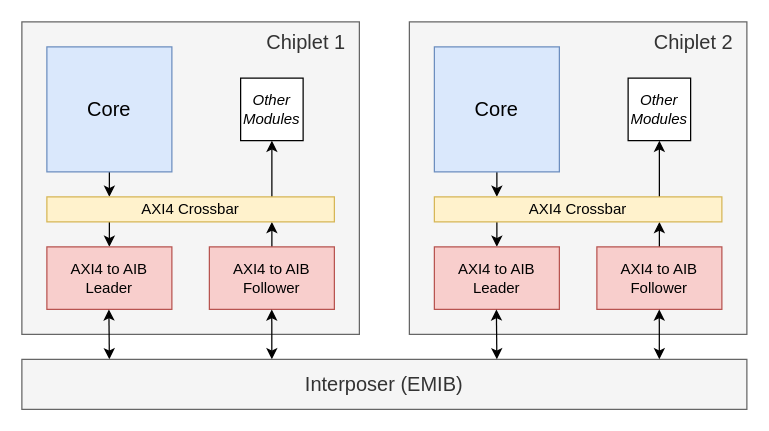
This is docs/chiplet_instantiation.drawio from luiseduardomendes/axi4_aib_tools, a draw.io file, before an edit. Source tidied: cells renumbered, new cells numbered last; positions are measured from the earlier drawing's top-left corner, leaving out a move shared by most shapes. Both pictures are drawn from the tidied source at 125%, with x=0, y=0 at pixel (21, 21).
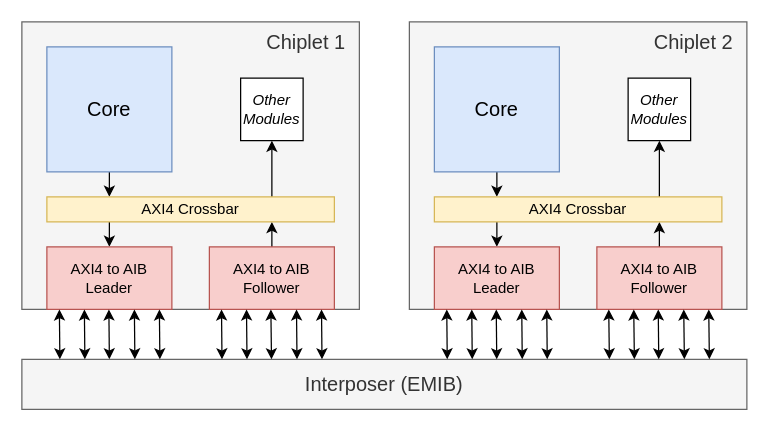
Above is the later version.

The edit, as a diff of the source:
```diff
@@
     <mxCell id="2" value="Chiplet 1&amp;nbsp;&amp;nbsp;" style="rounded=0;whiteSpace=wrap;html=1;horizontal=1;verticalAlign=top;align=right;fontSize=16;fillColor=#f5f5f5;fontColor=#333333;strokeColor=#666666;" parent="1" vertex="1">
-      <mxGeometry width="270" height="250" as="geometry" />
+      <mxGeometry width="270" height="230" as="geometry" />
     </mxCell>
@@
-    <mxCell id="13" style="endArrow=classic;startArrow=classic;html=1;" parent="1" edge="1">
-      <mxGeometry relative="1" as="geometry">
-        <mxPoint x="200" y="270" as="sourcePoint" />
-        <mxPoint x="199.9" y="230" as="targetPoint" />
-      </mxGeometry>
-    </mxCell>
@@
     <mxCell id="15" value="Chiplet 2&amp;nbsp;&amp;nbsp;" style="rounded=0;whiteSpace=wrap;html=1;verticalAlign=top;align=right;fontSize=16;fillColor=#f5f5f5;fontColor=#333333;strokeColor=#666666;" parent="1" vertex="1">
-      <mxGeometry x="310" width="270" height="250" as="geometry" />
+      <mxGeometry x="310" width="270" height="230" as="geometry" />
     </mxCell>
@@
-    <mxCell id="25" style="endArrow=classic;startArrow=classic;html=1;" parent="1" edge="1">
-      <mxGeometry relative="1" as="geometry">
-        <mxPoint x="380" y="270" as="sourcePoint" />
-        <mxPoint x="379.6" y="230" as="targetPoint" />
-      </mxGeometry>
-    </mxCell>
-    <mxCell id="26" style="endArrow=classic;startArrow=classic;html=1;" parent="1" edge="1">
-      <mxGeometry relative="1" as="geometry">
-        <mxPoint x="510" y="270" as="sourcePoint" />
-        <mxPoint x="509.9" y="230" as="targetPoint" />
-      </mxGeometry>
-    </mxCell>
+    <mxCell id="27" style="endArrow=classic;startArrow=classic;html=1;" parent="1" edge="1">
+      <mxGeometry relative="1" as="geometry">
+        <mxPoint x="30.4" y="270" as="sourcePoint" />
+        <mxPoint x="30" y="230" as="targetPoint" />
+      </mxGeometry>
+    </mxCell>
+    <mxCell id="28" style="endArrow=classic;startArrow=classic;html=1;" parent="1" edge="1">
+      <mxGeometry relative="1" as="geometry">
+        <mxPoint x="50.4" y="270" as="sourcePoint" />
+        <mxPoint x="50" y="230" as="targetPoint" />
+      </mxGeometry>
+    </mxCell>
+    <mxCell id="29" style="endArrow=classic;startArrow=classic;html=1;" parent="1" edge="1">
+      <mxGeometry relative="1" as="geometry">
+        <mxPoint x="90.4" y="270" as="sourcePoint" />
+        <mxPoint x="90" y="230" as="targetPoint" />
+      </mxGeometry>
+    </mxCell>
+    <mxCell id="30" style="endArrow=classic;startArrow=classic;html=1;" parent="1" edge="1">
+      <mxGeometry relative="1" as="geometry">
+        <mxPoint x="110.4" y="270" as="sourcePoint" />
+        <mxPoint x="110" y="230" as="targetPoint" />
+      </mxGeometry>
+    </mxCell>
+    <mxCell id="31" style="endArrow=classic;startArrow=classic;html=1;" parent="1" edge="1">
+      <mxGeometry relative="1" as="geometry">
+        <mxPoint x="199.7" y="270" as="sourcePoint" />
+        <mxPoint x="199.2" y="230" as="targetPoint" />
+      </mxGeometry>
+    </mxCell>
+    <mxCell id="32" style="endArrow=classic;startArrow=classic;html=1;" parent="1" edge="1">
+      <mxGeometry relative="1" as="geometry">
+        <mxPoint x="160.1" y="270" as="sourcePoint" />
+        <mxPoint x="159.7" y="230" as="targetPoint" />
+      </mxGeometry>
+    </mxCell>
+    <mxCell id="33" style="endArrow=classic;startArrow=classic;html=1;" parent="1" edge="1">
+      <mxGeometry relative="1" as="geometry">
+        <mxPoint x="180.1" y="270" as="sourcePoint" />
+        <mxPoint x="179.7" y="230" as="targetPoint" />
+      </mxGeometry>
+    </mxCell>
+    <mxCell id="34" style="endArrow=classic;startArrow=classic;html=1;" parent="1" edge="1">
+      <mxGeometry relative="1" as="geometry">
+        <mxPoint x="220.1" y="270" as="sourcePoint" />
+        <mxPoint x="219.7" y="230" as="targetPoint" />
+      </mxGeometry>
+    </mxCell>
+    <mxCell id="35" style="endArrow=classic;startArrow=classic;html=1;" parent="1" edge="1">
+      <mxGeometry relative="1" as="geometry">
+        <mxPoint x="240.1" y="270" as="sourcePoint" />
+        <mxPoint x="239.7" y="230" as="targetPoint" />
+      </mxGeometry>
+    </mxCell>
+    <mxCell id="36" style="endArrow=classic;startArrow=classic;html=1;" parent="1" edge="1">
+      <mxGeometry relative="1" as="geometry">
+        <mxPoint x="379.9" y="270" as="sourcePoint" />
+        <mxPoint x="379.5" y="230" as="targetPoint" />
+      </mxGeometry>
+    </mxCell>
+    <mxCell id="37" style="endArrow=classic;startArrow=classic;html=1;" parent="1" edge="1">
+      <mxGeometry relative="1" as="geometry">
+        <mxPoint x="340.3" y="270" as="sourcePoint" />
+        <mxPoint x="339.9" y="230" as="targetPoint" />
+      </mxGeometry>
+    </mxCell>
+    <mxCell id="38" style="endArrow=classic;startArrow=classic;html=1;" parent="1" edge="1">
+      <mxGeometry relative="1" as="geometry">
+        <mxPoint x="360.3" y="270" as="sourcePoint" />
+        <mxPoint x="359.9" y="230" as="targetPoint" />
+      </mxGeometry>
+    </mxCell>
+    <mxCell id="39" style="endArrow=classic;startArrow=classic;html=1;" parent="1" edge="1">
+      <mxGeometry relative="1" as="geometry">
+        <mxPoint x="400.3" y="270" as="sourcePoint" />
+        <mxPoint x="399.9" y="230" as="targetPoint" />
+      </mxGeometry>
+    </mxCell>
+    <mxCell id="40" style="endArrow=classic;startArrow=classic;html=1;" parent="1" edge="1">
+      <mxGeometry relative="1" as="geometry">
+        <mxPoint x="420.3" y="270" as="sourcePoint" />
+        <mxPoint x="419.9" y="230" as="targetPoint" />
+      </mxGeometry>
+    </mxCell>
+    <mxCell id="41" style="endArrow=classic;startArrow=classic;html=1;" parent="1" edge="1">
+      <mxGeometry relative="1" as="geometry">
+        <mxPoint x="509.5" y="270" as="sourcePoint" />
+        <mxPoint x="509.1" y="230" as="targetPoint" />
+      </mxGeometry>
+    </mxCell>
+    <mxCell id="42" style="endArrow=classic;startArrow=classic;html=1;" parent="1" edge="1">
+      <mxGeometry relative="1" as="geometry">
+        <mxPoint x="470" y="270" as="sourcePoint" />
+        <mxPoint x="469.5" y="230" as="targetPoint" />
+      </mxGeometry>
+    </mxCell>
+    <mxCell id="43" style="endArrow=classic;startArrow=classic;html=1;" parent="1" edge="1">
+      <mxGeometry relative="1" as="geometry">
+        <mxPoint x="490" y="270" as="sourcePoint" />
+        <mxPoint x="489.5" y="230" as="targetPoint" />
+      </mxGeometry>
+    </mxCell>
+    <mxCell id="44" style="endArrow=classic;startArrow=classic;html=1;" parent="1" edge="1">
+      <mxGeometry relative="1" as="geometry">
+        <mxPoint x="530" y="270" as="sourcePoint" />
+        <mxPoint x="529.5" y="230" as="targetPoint" />
+      </mxGeometry>
+    </mxCell>
+    <mxCell id="45" style="endArrow=classic;startArrow=classic;html=1;" parent="1" edge="1">
+      <mxGeometry relative="1" as="geometry">
+        <mxPoint x="550" y="270" as="sourcePoint" />
+        <mxPoint x="549.5" y="230" as="targetPoint" />
+      </mxGeometry>
+    </mxCell>
```
